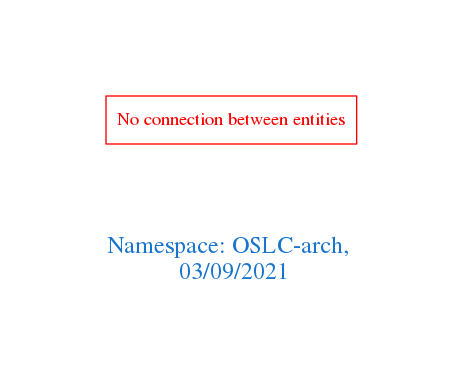
Earlier version of the Graphviz export downloads/OSLC-arch.png (arago/OGIT). Its source is kept beside it as downloads/OSLC-arch.dot.
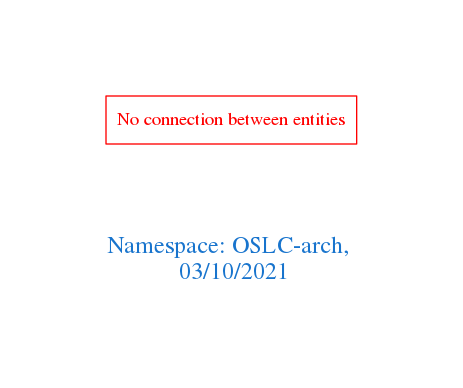
The same diagram one commit later.

The edit, as a diff of the source:
```diff
@@ -1,7 +1,7 @@
 digraph OGIT_ontology {
  graph [ rankdir= LR,pad=1
 fontsize = 18,
-fontcolor= dodgerblue3,label = "\n\n\nNamespace: OSLC-arch, \n 03/09/2021"];
+fontcolor= dodgerblue3,label = "\n\n\nNamespace: OSLC-arch, \n 03/10/2021"];
 node[shape=polygon];
 edge [  color="gray81"];
 
```
